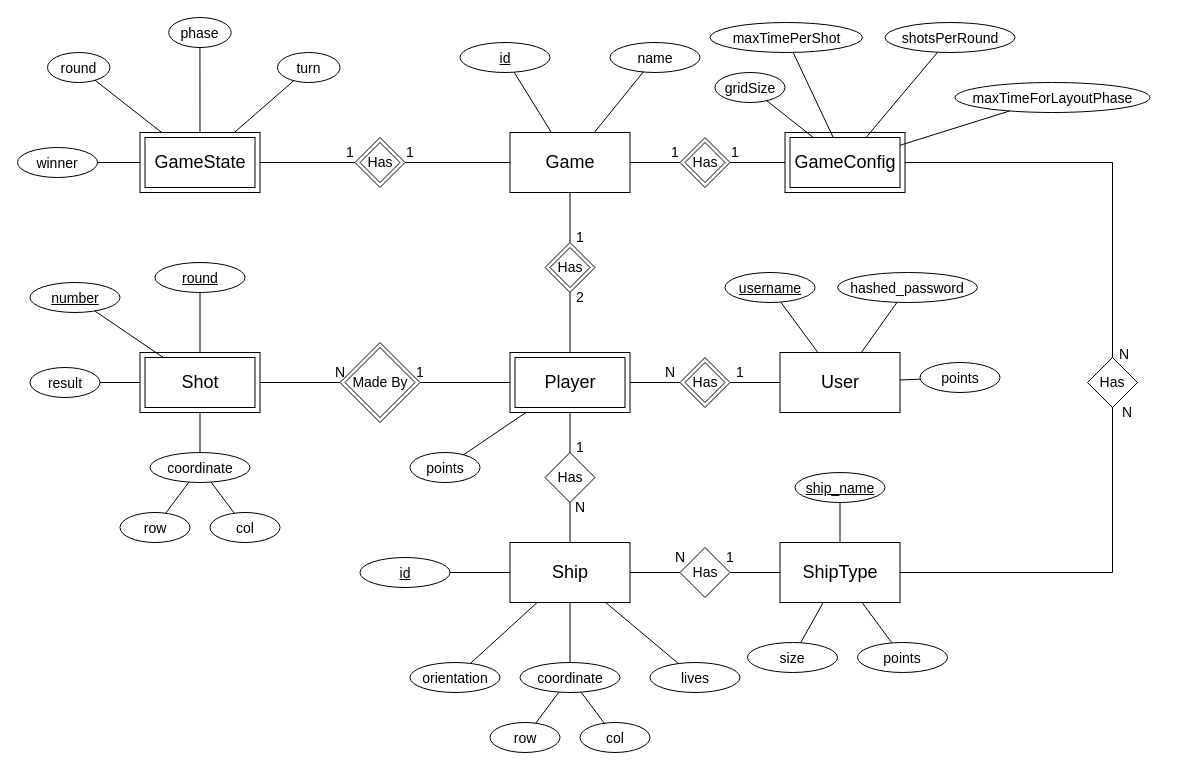
Before: docs/battleships-diagrams.drawio in bodybuilders-team/battleships-web, a draw.io diagram. Source tidied: cells renumbered, new cells numbered last; positions are measured from the earlier drawing's top-left corner, leaving out a move shared by most shapes. Both pictures are drawn from the tidied source at 100%, with x=0, y=0 at pixel (17, 17).
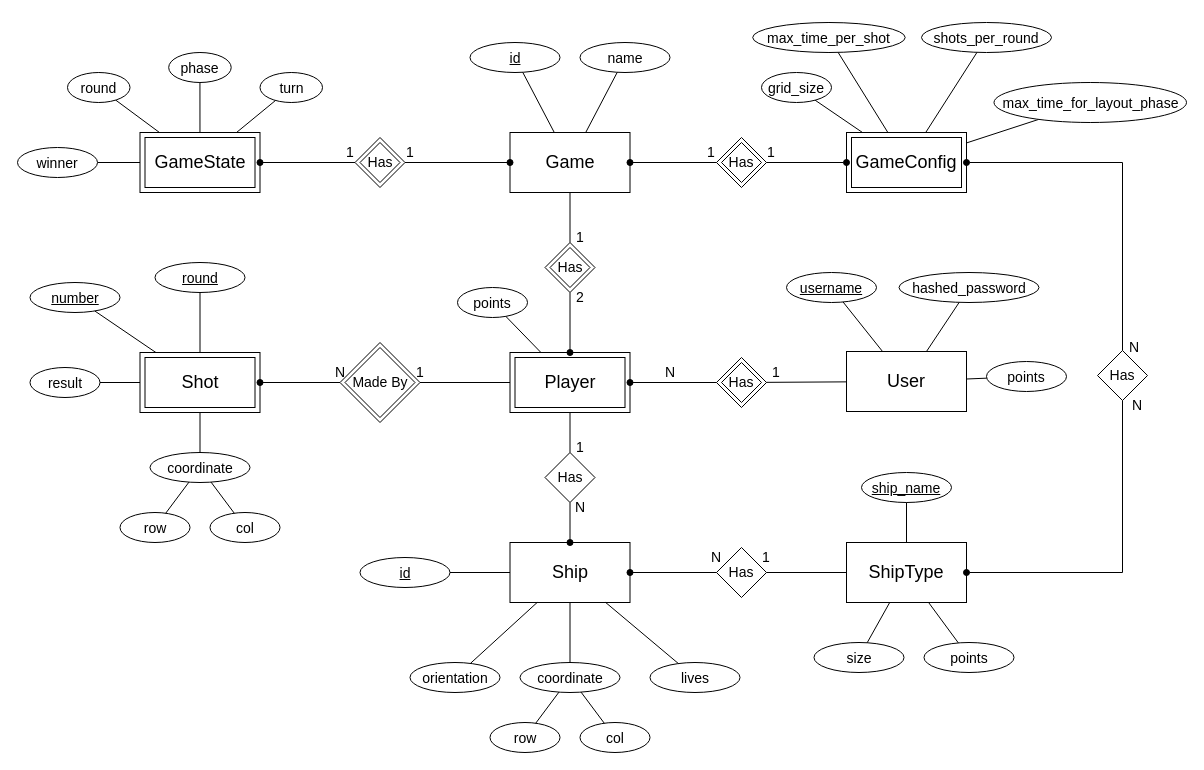
Above is the later version.

The change refers to these unchanged cells:
```xml
<mxCell id="6" value="&lt;span style=&quot;font-size: 18px;&quot;&gt;Player&lt;/span&gt;" style="rounded=0;whiteSpace=wrap;html=1;" parent="1" vertex="1">
  <mxGeometry x="492.5" y="335" width="120" height="60" as="geometry" />
</mxCell>
<mxCell id="16" value="&lt;span style=&quot;font-size: 18px;&quot;&gt;Game&lt;/span&gt;" style="rounded=0;whiteSpace=wrap;html=1;" parent="1" vertex="1">
  <mxGeometry x="492.5" y="115" width="120" height="60" as="geometry" />
</mxCell>
<mxCell id="19" value="Has" style="rhombus;whiteSpace=wrap;html=1;fontSize=14;" parent="1" vertex="1">
  <mxGeometry x="527.5" y="225" width="50" height="50" as="geometry" />
</mxCell>
<mxCell id="26" value="&lt;font style=&quot;font-size: 18px;&quot;&gt;Ship&lt;/font&gt;" style="rounded=0;whiteSpace=wrap;html=1;" parent="1" vertex="1">
  <mxGeometry x="492.5" y="525" width="120" height="60" as="geometry" />
</mxCell>
<mxCell id="27" value="Has" style="rhombus;whiteSpace=wrap;html=1;fontSize=14;" parent="1" vertex="1">
  <mxGeometry x="527.5" y="435" width="50" height="50" as="geometry" />
</mxCell>
<mxCell id="51" value="&lt;span style=&quot;font-size: 18px;&quot;&gt;Shot&lt;/span&gt;" style="rounded=0;whiteSpace=wrap;html=1;" parent="1" vertex="1">
  <mxGeometry x="122.5" y="335" width="120" height="60" as="geometry" />
</mxCell>
<mxCell id="52" value="Made By" style="rhombus;whiteSpace=wrap;html=1;fontSize=14;" parent="1" vertex="1">
  <mxGeometry x="322.5" y="325" width="80" height="80" as="geometry" />
</mxCell>
<mxCell id="71" style="rounded=0;whiteSpace=wrap;html=1;fillColor=none;" parent="1" vertex="1">
  <mxGeometry x="127.5" y="340" width="110" height="50" as="geometry" />
</mxCell>
<mxCell id="76" value="&lt;font style=&quot;font-size: 14px&quot;&gt;&lt;u&gt;number&lt;/u&gt;&lt;/font&gt;" style="ellipse;whiteSpace=wrap;html=1;fontSize=18;" parent="1" vertex="1">
  <mxGeometry x="12.5" y="265" width="90" height="30" as="geometry" />
</mxCell>
<mxCell id="88" value="Has" style="rhombus;whiteSpace=wrap;html=1;fontSize=14;" parent="1" vertex="1">
  <mxGeometry x="337.5" y="120" width="50" height="50" as="geometry" />
</mxCell>
<mxCell id="102" value="&lt;span style=&quot;font-size: 14px;&quot;&gt;winner&lt;/span&gt;" style="ellipse;whiteSpace=wrap;html=1;fontSize=18;" parent="1" vertex="1">
  <mxGeometry y="130" width="80" height="30" as="geometry" />
</mxCell>
```

The edit, as a diff of the source:
```diff
@@
+    <mxCell id="77" style="endArrow=none;html=1;rounded=0;fontSize=14;" parent="1" edge="1" source="71" target="76">
+      <mxGeometry relative="1" as="geometry" />
+    </mxCell>
+    <mxCell id="103" style="endArrow=none;html=1;rounded=0;fontSize=14;" parent="1" edge="1" source="111" target="102">
+      <mxGeometry relative="1" as="geometry" />
+    </mxCell>
+    <mxCell id="107" style="endArrow=none;html=1;rounded=0;fontSize=14;" parent="1" edge="1" source="111" target="106">
+      <mxGeometry relative="1" as="geometry" />
+    </mxCell>
+    <mxCell id="109" style="endArrow=none;html=1;rounded=0;fontSize=14;" parent="1" edge="1" source="111" target="108">
+      <mxGeometry relative="1" as="geometry" />
+    </mxCell>
+    <mxCell id="105" style="endArrow=none;html=1;rounded=0;fontSize=14;" parent="1" edge="1" source="111" target="104">
+      <mxGeometry relative="1" as="geometry" />
+    </mxCell>
+    <mxCell id="99" style="endArrow=none;html=1;rounded=0;fontSize=14;" parent="1" edge="1" source="87" target="96">
+      <mxGeometry relative="1" as="geometry" />
+    </mxCell>
+    <mxCell id="101" style="endArrow=none;html=1;rounded=0;fontSize=14;" parent="1" edge="1" source="87" target="95">
+      <mxGeometry relative="1" as="geometry" />
+    </mxCell>
+    <mxCell id="98" style="endArrow=none;html=1;rounded=0;fontSize=14;" parent="1" edge="1" source="87" target="97">
+      <mxGeometry relative="1" as="geometry" />
+    </mxCell>
+    <mxCell id="100" style="endArrow=none;html=1;rounded=0;fontSize=14;" parent="1" edge="1" source="87" target="94">
+      <mxGeometry relative="1" as="geometry" />
+    </mxCell>
+    <mxCell id="110" value="&lt;span style=&quot;font-size: 18px&quot;&gt;GameState&lt;/span&gt;" style="rounded=0;whiteSpace=wrap;html=1;" parent="1" vertex="1">
+      <mxGeometry x="122.5" y="115" width="120" height="60" as="geometry" />
+    </mxCell>
     <mxCell id="2" value="&lt;font style=&quot;font-size: 18px;&quot;&gt;ShipType&lt;/font&gt;" style="rounded=0;whiteSpace=wrap;html=1;" parent="1" vertex="1">
-      <mxGeometry x="762.5" y="525" width="120" height="60" as="geometry" />
+      <mxGeometry x="829" y="525" width="120" height="60" as="geometry" />
     </mxCell>
     <mxCell id="3" value="&lt;span style=&quot;font-size: 18px;&quot;&gt;User&lt;/span&gt;" style="rounded=0;whiteSpace=wrap;html=1;" parent="1" vertex="1">
-      <mxGeometry x="762.5" y="335" width="120" height="60" as="geometry" />
+      <mxGeometry x="829" y="334" width="120" height="60" as="geometry" />
     </mxCell>
     <mxCell id="4" value="&lt;font style=&quot;font-size: 14px;&quot;&gt;&lt;u&gt;username&lt;/u&gt;&lt;/font&gt;" style="ellipse;whiteSpace=wrap;html=1;fontSize=18;" parent="1" vertex="1">
-      <mxGeometry x="707.5" y="255" width="90" height="30" as="geometry" />
+      <mxGeometry x="769" y="255" width="90" height="30" as="geometry" />
     </mxCell>
     <mxCell id="5" value="&lt;span style=&quot;font-size: 14px;&quot;&gt;hashed_password&lt;/span&gt;" style="ellipse;whiteSpace=wrap;html=1;fontSize=18;" parent="1" vertex="1">
-      <mxGeometry x="820" y="255" width="140" height="30" as="geometry" />
+      <mxGeometry x="881.5" y="255" width="140" height="30" as="geometry" />
     </mxCell>
@@
     <mxCell id="7" value="&lt;span style=&quot;font-size: 14px;&quot;&gt;points&lt;/span&gt;" style="ellipse;whiteSpace=wrap;html=1;fontSize=18;" parent="1" vertex="1">
-      <mxGeometry x="902.5" y="345" width="80" height="30" as="geometry" />
+      <mxGeometry x="969" y="344" width="80" height="30" as="geometry" />
     </mxCell>
@@
     <mxCell id="11" value="Has" style="rhombus;whiteSpace=wrap;html=1;fontSize=14;" parent="1" vertex="1">
-      <mxGeometry x="662.5" y="340" width="50" height="50" as="geometry" />
+      <mxGeometry x="699" y="340" width="50" height="50" as="geometry" />
     </mxCell>
-    <mxCell id="12" style="endArrow=none;html=1;rounded=0;fontSize=14;" parent="1" edge="1" source="3" target="11">
+    <mxCell id="12" style="endArrow=none;html=1;rounded=0;fontSize=14;endFill=0;startArrow=none;startFill=0;" parent="1" edge="1" source="3" target="11">
       <mxGeometry relative="1" as="geometry" />
     </mxCell>
-    <mxCell id="13" style="endArrow=none;html=1;rounded=0;fontSize=14;exitX=0;exitY=0.5;exitDx=0;exitDy=0;" parent="1" edge="1" source="11" target="6">
+    <mxCell id="13" style="endArrow=oval;html=1;rounded=0;fontSize=14;exitX=0;exitY=0.5;exitDx=0;exitDy=0;startArrow=none;startFill=0;endFill=1;" parent="1" edge="1" source="11" target="6">
       <mxGeometry relative="1" as="geometry" />
     </mxCell>
     <mxCell id="14" value="&lt;span style=&quot;font-size: 14px;&quot;&gt;points&lt;/span&gt;" style="ellipse;whiteSpace=wrap;html=1;fontSize=18;" parent="1" vertex="1">
-      <mxGeometry x="392.5" y="435" width="70" height="30" as="geometry" />
+      <mxGeometry x="440" y="270" width="70" height="30" as="geometry" />
     </mxCell>
@@
     <mxCell id="18" value="1" style="text;html=1;strokeColor=none;fillColor=none;align=center;verticalAlign=middle;whiteSpace=wrap;rounded=0;fontSize=14;" parent="1" vertex="1">
-      <mxGeometry x="712.5" y="340" width="20" height="30" as="geometry" />
+      <mxGeometry x="749" y="340" width="20" height="30" as="geometry" />
     </mxCell>
@@
-    <mxCell id="20" style="endArrow=none;html=1;rounded=0;fontSize=14;" parent="1" edge="1" source="19" target="16">
+    <mxCell id="20" style="endArrow=none;html=1;rounded=0;fontSize=14;startArrow=none;startFill=0;endFill=0;" parent="1" edge="1" source="19" target="16">
       <mxGeometry relative="1" as="geometry" />
     </mxCell>
-    <mxCell id="21" style="endArrow=none;html=1;rounded=0;fontSize=14;" parent="1" edge="1" source="19" target="6">
+    <mxCell id="21" style="endArrow=oval;html=1;rounded=0;fontSize=14;startArrow=none;startFill=0;endFill=1;" parent="1" edge="1" source="19" target="6">
       <mxGeometry relative="1" as="geometry" />
     </mxCell>
@@
     <mxCell id="24" value="&lt;font style=&quot;font-size: 14px;&quot;&gt;&lt;u&gt;id&lt;/u&gt;&lt;/font&gt;" style="ellipse;whiteSpace=wrap;html=1;fontSize=18;" parent="1" vertex="1">
-      <mxGeometry x="442.5" y="25" width="90" height="30" as="geometry" />
+      <mxGeometry x="452.5" y="25" width="90" height="30" as="geometry" />
     </mxCell>
@@
-    <mxCell id="29" style="endArrow=none;html=1;rounded=0;fontSize=14;" parent="1" edge="1" source="26" target="27">
+    <mxCell id="29" style="endArrow=none;html=1;rounded=0;fontSize=14;startArrow=oval;startFill=1;" parent="1" edge="1" source="26" target="27">
       <mxGeometry relative="1" as="geometry" />
     </mxCell>
@@
     <mxCell id="32" value="Has" style="rhombus;whiteSpace=wrap;html=1;fontSize=14;" parent="1" vertex="1">
-      <mxGeometry x="662.5" y="530" width="50" height="50" as="geometry" />
+      <mxGeometry x="699" y="530" width="50" height="50" as="geometry" />
     </mxCell>
-    <mxCell id="33" style="endArrow=none;html=1;rounded=0;fontSize=14;" parent="1" edge="1" source="32" target="26">
+    <mxCell id="33" style="endArrow=oval;html=1;rounded=0;fontSize=14;startArrow=none;startFill=0;endFill=1;" parent="1" edge="1" source="32" target="26">
       <mxGeometry relative="1" as="geometry" />
     </mxCell>
@@
     <mxCell id="43" value="&lt;span style=&quot;font-size: 14px;&quot;&gt;size&lt;/span&gt;" style="ellipse;whiteSpace=wrap;html=1;fontSize=18;" parent="1" vertex="1">
-      <mxGeometry x="730" y="625" width="90" height="30" as="geometry" />
+      <mxGeometry x="796.5" y="625" width="90" height="30" as="geometry" />
     </mxCell>
     <mxCell id="44" value="&lt;span style=&quot;font-size: 14px;&quot;&gt;&lt;u&gt;ship_name&lt;/u&gt;&lt;/span&gt;" style="ellipse;whiteSpace=wrap;html=1;fontSize=18;" parent="1" vertex="1">
-      <mxGeometry x="777.5" y="455" width="90" height="30" as="geometry" />
+      <mxGeometry x="844" y="455" width="90" height="30" as="geometry" />
     </mxCell>
     <mxCell id="45" value="&lt;span style=&quot;font-size: 14px;&quot;&gt;points&lt;/span&gt;" style="ellipse;whiteSpace=wrap;html=1;fontSize=18;" parent="1" vertex="1">
-      <mxGeometry x="840" y="625" width="90" height="30" as="geometry" />
+      <mxGeometry x="906.5" y="625" width="90" height="30" as="geometry" />
     </mxCell>
@@
-    <mxCell id="55" style="endArrow=none;html=1;rounded=0;fontSize=14;" parent="1" edge="1" source="52" target="51">
+    <mxCell id="55" style="endArrow=oval;html=1;rounded=0;fontSize=14;startArrow=none;startFill=0;endFill=1;" parent="1" edge="1" source="52" target="51">
       <mxGeometry relative="1" as="geometry" />
     </mxCell>
@@
     <mxCell id="65" value="1" style="text;html=1;strokeColor=none;fillColor=none;align=center;verticalAlign=middle;whiteSpace=wrap;rounded=0;fontSize=14;" parent="1" vertex="1">
-      <mxGeometry x="702.5" y="525" width="20" height="30" as="geometry" />
+      <mxGeometry x="739" y="525" width="20" height="30" as="geometry" />
     </mxCell>
     <mxCell id="66" value="N" style="text;html=1;strokeColor=none;fillColor=none;align=center;verticalAlign=middle;whiteSpace=wrap;rounded=0;fontSize=14;" parent="1" vertex="1">
-      <mxGeometry x="652.5" y="525" width="20" height="30" as="geometry" />
+      <mxGeometry x="689" y="525" width="20" height="30" as="geometry" />
     </mxCell>
@@
     <mxCell id="73" style="rhombus;whiteSpace=wrap;html=1;fontSize=14;fillColor=none;" parent="1" vertex="1">
-      <mxGeometry x="667.5" y="345" width="40" height="40" as="geometry" />
+      <mxGeometry x="704" y="345" width="40" height="40" as="geometry" />
     </mxCell>
@@
-    <mxCell id="77" style="endArrow=none;html=1;rounded=0;fontSize=14;" parent="1" edge="1" source="71" target="76">
-      <mxGeometry relative="1" as="geometry" />
-    </mxCell>
     <mxCell id="78" value="Has" style="rhombus;whiteSpace=wrap;html=1;fontSize=14;" parent="1" vertex="1">
-      <mxGeometry x="662.5" y="120" width="50" height="50" as="geometry" />
+      <mxGeometry x="699" y="120" width="50" height="50" as="geometry" />
     </mxCell>
-    <mxCell id="79" style="endArrow=none;html=1;rounded=0;fontSize=14;entryX=1;entryY=0.5;entryDx=0;entryDy=0;exitX=0;exitY=0.5;exitDx=0;exitDy=0;" parent="1" edge="1" source="78" target="16">
+    <mxCell id="79" style="endArrow=oval;html=1;rounded=0;fontSize=14;entryX=1;entryY=0.5;entryDx=0;entryDy=0;exitX=0;exitY=0.5;exitDx=0;exitDy=0;startArrow=none;startFill=0;endFill=1;" parent="1" edge="1" source="78" target="16">
       <mxGeometry relative="1" as="geometry" />
     </mxCell>
-    <mxCell id="80" style="endArrow=none;html=1;rounded=0;fontSize=14;exitX=1;exitY=0.5;exitDx=0;exitDy=0;entryX=0;entryY=0.5;entryDx=0;entryDy=0;" parent="1" edge="1" source="78" target="87">
-      <mxGeometry relative="1" as="geometry" />
-    </mxCell>
     <mxCell id="81" style="rhombus;whiteSpace=wrap;html=1;fontSize=14;fillColor=none;" parent="1" vertex="1">
-      <mxGeometry x="667.5" y="125" width="40" height="40" as="geometry" />
+      <mxGeometry x="704" y="125" width="40" height="40" as="geometry" />
     </mxCell>
     <mxCell id="82" value="1" style="text;html=1;strokeColor=none;fillColor=none;align=center;verticalAlign=middle;whiteSpace=wrap;rounded=0;fontSize=14;" parent="1" vertex="1">
-      <mxGeometry x="647.5" y="120" width="20" height="30" as="geometry" />
+      <mxGeometry x="684" y="120" width="20" height="30" as="geometry" />
     </mxCell>
     <mxCell id="83" value="1" style="text;html=1;strokeColor=none;fillColor=none;align=center;verticalAlign=middle;whiteSpace=wrap;rounded=0;fontSize=14;" parent="1" vertex="1">
-      <mxGeometry x="707.5" y="120" width="20" height="30" as="geometry" />
+      <mxGeometry x="744" y="120" width="20" height="30" as="geometry" />
     </mxCell>
     <mxCell id="84" value="&lt;span style=&quot;font-size: 14px&quot;&gt;name&lt;/span&gt;" style="ellipse;whiteSpace=wrap;html=1;fontSize=18;" parent="1" vertex="1">
-      <mxGeometry x="592.5" y="25" width="90" height="30" as="geometry" />
+      <mxGeometry x="562.5" y="25" width="90" height="30" as="geometry" />
     </mxCell>
@@
     <mxCell id="86" value="&lt;span style=&quot;font-size: 18px&quot;&gt;GameConfig&lt;/span&gt;" style="rounded=0;whiteSpace=wrap;html=1;" parent="1" vertex="1">
-      <mxGeometry x="767.5" y="115" width="120" height="60" as="geometry" />
+      <mxGeometry x="829" y="115" width="120" height="60" as="geometry" />
     </mxCell>
     <mxCell id="87" style="rounded=0;whiteSpace=wrap;html=1;fillColor=none;" parent="1" vertex="1">
-      <mxGeometry x="772.5" y="120" width="110" height="50" as="geometry" />
+      <mxGeometry x="834" y="120" width="110" height="50" as="geometry" />
     </mxCell>
@@
-    <mxCell id="92" style="endArrow=none;html=1;rounded=0;fontSize=14;entryX=0;entryY=0.5;entryDx=0;entryDy=0;exitX=1;exitY=0.5;exitDx=0;exitDy=0;" parent="1" edge="1" source="111" target="88">
+    <mxCell id="92" style="endArrow=none;html=1;rounded=0;fontSize=14;entryX=0;entryY=0.5;entryDx=0;entryDy=0;exitX=1;exitY=0.5;exitDx=0;exitDy=0;startArrow=oval;startFill=1;" parent="1" edge="1" source="110" target="88">
       <mxGeometry relative="1" as="geometry" />
     </mxCell>
-    <mxCell id="93" style="endArrow=none;html=1;rounded=0;fontSize=14;exitX=1;exitY=0.5;exitDx=0;exitDy=0;entryX=0;entryY=0.5;entryDx=0;entryDy=0;" parent="1" edge="1" source="88" target="16">
+    <mxCell id="93" style="endArrow=oval;html=1;rounded=0;fontSize=14;exitX=1;exitY=0.5;exitDx=0;exitDy=0;entryX=0;entryY=0.5;entryDx=0;entryDy=0;startArrow=none;startFill=0;endFill=1;" parent="1" edge="1" source="88" target="16">
       <mxGeometry relative="1" as="geometry" />
     </mxCell>
-    <mxCell id="94" value="&lt;span style=&quot;font-size: 14px&quot;&gt;gridSize&lt;/span&gt;" style="ellipse;whiteSpace=wrap;html=1;fontSize=18;" parent="1" vertex="1">
-      <mxGeometry x="697.5" y="55" width="70" height="30" as="geometry" />
+    <mxCell id="94" value="&lt;span style=&quot;font-size: 14px&quot;&gt;grid_size&lt;/span&gt;" style="ellipse;whiteSpace=wrap;html=1;fontSize=18;" parent="1" vertex="1">
+      <mxGeometry x="744" y="55" width="70" height="30" as="geometry" />
     </mxCell>
-    <mxCell id="95" value="&lt;span style=&quot;font-size: 14px&quot;&gt;shotsPerRound&lt;/span&gt;" style="ellipse;whiteSpace=wrap;html=1;fontSize=18;" parent="1" vertex="1">
-      <mxGeometry x="867.5" y="5" width="130" height="30" as="geometry" />
+    <mxCell id="95" value="&lt;span style=&quot;font-size: 14px&quot;&gt;shots_per_round&lt;/span&gt;" style="ellipse;whiteSpace=wrap;html=1;fontSize=18;" parent="1" vertex="1">
+      <mxGeometry x="904" y="5" width="130" height="30" as="geometry" />
     </mxCell>
-    <mxCell id="96" value="&lt;span style=&quot;font-size: 14px&quot;&gt;maxTimeForLayoutPhase&lt;/span&gt;" style="ellipse;whiteSpace=wrap;html=1;fontSize=18;" parent="1" vertex="1">
-      <mxGeometry x="937.5" y="65" width="195" height="30" as="geometry" />
+    <mxCell id="96" value="&lt;span style=&quot;font-size: 14px&quot;&gt;max_time_for_layout_phase&lt;/span&gt;" style="ellipse;whiteSpace=wrap;html=1;fontSize=18;" parent="1" vertex="1">
+      <mxGeometry x="976.5" y="65" width="192.5" height="40" as="geometry" />
     </mxCell>
-    <mxCell id="97" value="&lt;span style=&quot;font-size: 14px&quot;&gt;maxTimePerShot&lt;/span&gt;" style="ellipse;whiteSpace=wrap;html=1;fontSize=18;" parent="1" vertex="1">
-      <mxGeometry x="692.5" y="5" width="152.5" height="30" as="geometry" />
+    <mxCell id="97" value="&lt;span style=&quot;font-size: 14px&quot;&gt;max_time_per_shot&lt;/span&gt;" style="ellipse;whiteSpace=wrap;html=1;fontSize=18;" parent="1" vertex="1">
+      <mxGeometry x="735.2" y="5" width="152.5" height="30" as="geometry" />
     </mxCell>
-    <mxCell id="98" style="endArrow=none;html=1;rounded=0;fontSize=14;" parent="1" edge="1" source="87" target="97">
-      <mxGeometry relative="1" as="geometry" />
-    </mxCell>
-    <mxCell id="99" style="endArrow=none;html=1;rounded=0;fontSize=14;" parent="1" edge="1" source="87" target="96">
-      <mxGeometry relative="1" as="geometry" />
-    </mxCell>
-    <mxCell id="100" style="endArrow=none;html=1;rounded=0;fontSize=14;" parent="1" edge="1" source="87" target="94">
-      <mxGeometry relative="1" as="geometry" />
-    </mxCell>
-    <mxCell id="101" style="endArrow=none;html=1;rounded=0;fontSize=14;" parent="1" edge="1" source="87" target="95">
-      <mxGeometry relative="1" as="geometry" />
-    </mxCell>
@@
-    <mxCell id="103" style="endArrow=none;html=1;rounded=0;fontSize=14;" parent="1" edge="1" source="111" target="102">
-      <mxGeometry relative="1" as="geometry" />
-    </mxCell>
     <mxCell id="104" value="&lt;span style=&quot;font-size: 14px&quot;&gt;turn&lt;/span&gt;" style="ellipse;whiteSpace=wrap;html=1;fontSize=18;" parent="1" vertex="1">
-      <mxGeometry x="260" y="35" width="62.5" height="30" as="geometry" />
+      <mxGeometry x="242.5" y="55" width="62.5" height="30" as="geometry" />
     </mxCell>
-    <mxCell id="105" style="endArrow=none;html=1;rounded=0;fontSize=14;" parent="1" edge="1" source="111" target="104">
-      <mxGeometry relative="1" as="geometry" />
-    </mxCell>
     <mxCell id="106" value="&lt;span style=&quot;font-size: 14px&quot;&gt;round&lt;/span&gt;" style="ellipse;whiteSpace=wrap;html=1;fontSize=18;" parent="1" vertex="1">
-      <mxGeometry x="30" y="35" width="62.5" height="30" as="geometry" />
+      <mxGeometry x="50" y="55" width="62.5" height="30" as="geometry" />
     </mxCell>
-    <mxCell id="107" style="endArrow=none;html=1;rounded=0;fontSize=14;" parent="1" edge="1" source="111" target="106">
-      <mxGeometry relative="1" as="geometry" />
-    </mxCell>
     <mxCell id="108" value="&lt;span style=&quot;font-size: 14px&quot;&gt;phase&lt;/span&gt;" style="ellipse;whiteSpace=wrap;html=1;fontSize=18;" parent="1" vertex="1">
-      <mxGeometry x="151.2" width="62.5" height="30" as="geometry" />
+      <mxGeometry x="151.2" y="35" width="62.5" height="30" as="geometry" />
     </mxCell>
-    <mxCell id="109" style="endArrow=none;html=1;rounded=0;fontSize=14;" parent="1" edge="1" source="111" target="108">
-      <mxGeometry relative="1" as="geometry" />
-    </mxCell>
-    <mxCell id="110" value="&lt;span style=&quot;font-size: 18px&quot;&gt;GameState&lt;/span&gt;" style="rounded=0;whiteSpace=wrap;html=1;" parent="1" vertex="1">
-      <mxGeometry x="122.5" y="115" width="120" height="60" as="geometry" />
-    </mxCell>
-    <mxCell id="111" style="rounded=0;whiteSpace=wrap;html=1;fillColor=none;" parent="1" vertex="1">
-      <mxGeometry x="127.5" y="120" width="110" height="50" as="geometry" />
-    </mxCell>
     <mxCell id="112" value="Has" style="rhombus;whiteSpace=wrap;html=1;fontSize=14;" parent="1" vertex="1">
-      <mxGeometry x="1070" y="340" width="50" height="50" as="geometry" />
+      <mxGeometry x="1080" y="333" width="50" height="50" as="geometry" />
     </mxCell>
-    <mxCell id="113" style="endArrow=none;html=1;rounded=0;fontSize=14;exitX=0.5;exitY=0;exitDx=0;exitDy=0;entryX=1;entryY=0.5;entryDx=0;entryDy=0;edgeStyle=orthogonalEdgeStyle;" parent="1" edge="1" source="112" target="86">
+    <mxCell id="113" style="endArrow=oval;html=1;rounded=0;fontSize=14;exitX=0.5;exitY=0;exitDx=0;exitDy=0;entryX=1;entryY=0.5;entryDx=0;entryDy=0;edgeStyle=orthogonalEdgeStyle;startArrow=none;startFill=0;endFill=1;" parent="1" edge="1" source="112" target="86">
       <mxGeometry relative="1" as="geometry" />
     </mxCell>
-    <mxCell id="114" style="endArrow=none;html=1;rounded=0;fontSize=14;exitX=0.5;exitY=1;exitDx=0;exitDy=0;edgeStyle=orthogonalEdgeStyle;entryX=1;entryY=0.5;entryDx=0;entryDy=0;" parent="1" edge="1" source="112" target="2">
+    <mxCell id="114" style="endArrow=oval;html=1;rounded=0;fontSize=14;exitX=0.5;exitY=1;exitDx=0;exitDy=0;edgeStyle=orthogonalEdgeStyle;entryX=1;entryY=0.5;entryDx=0;entryDy=0;startArrow=none;startFill=0;endFill=1;" parent="1" edge="1" source="112" target="2">
       <mxGeometry relative="1" as="geometry" />
     </mxCell>
     <mxCell id="115" value="N" style="text;html=1;strokeColor=none;fillColor=none;align=center;verticalAlign=middle;whiteSpace=wrap;rounded=0;fontSize=14;" parent="1" vertex="1">
-      <mxGeometry x="1097" y="322" width="20" height="30" as="geometry" />
+      <mxGeometry x="1107" y="315" width="20" height="30" as="geometry" />
     </mxCell>
     <mxCell id="116" value="N" style="text;html=1;strokeColor=none;fillColor=none;align=center;verticalAlign=middle;whiteSpace=wrap;rounded=0;fontSize=14;" parent="1" vertex="1">
-      <mxGeometry x="1100" y="380" width="20" height="30" as="geometry" />
+      <mxGeometry x="1110" y="373" width="20" height="30" as="geometry" />
     </mxCell>
+    <mxCell id="111" style="rounded=0;whiteSpace=wrap;html=1;fillColor=none;" parent="1" vertex="1">
+      <mxGeometry x="127.5" y="120" width="110" height="50" as="geometry" />
+    </mxCell>
+    <mxCell id="80" style="endArrow=oval;html=1;rounded=0;fontSize=14;exitX=1;exitY=0.5;exitDx=0;exitDy=0;entryX=0;entryY=0.5;entryDx=0;entryDy=0;endFill=1;" parent="1" edge="1" source="78" target="86">
+      <mxGeometry relative="1" as="geometry" />
+    </mxCell>
```
